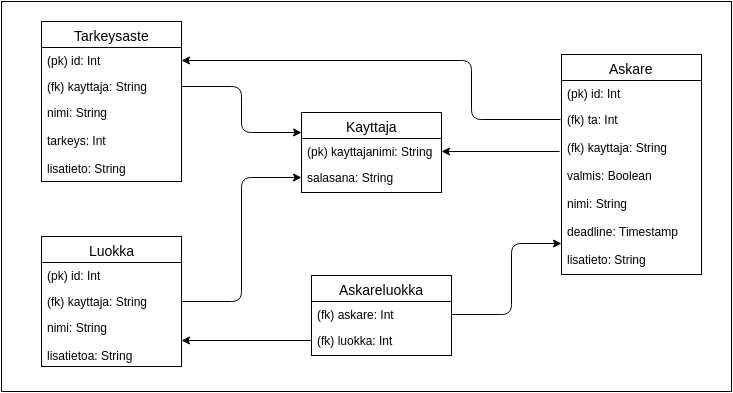
Before: doc/rtkk.png, a diagram exported from draw.io (jope25/Muistilista). Source tidied: cells renumbered, new cells last; positions are measured from the earlier drawing's top-left corner, leaving out a move shared by most shapes.
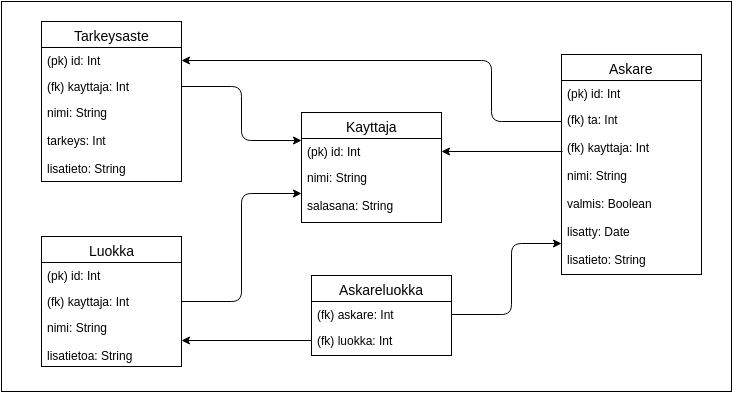
The same diagram one commit later.

What changed in the source:
```diff
@@ -3,96 +3,98 @@
     <mxCell id="0" />
     <mxCell id="1" parent="0" />
     <mxCell id="2" style="whiteSpace=wrap;html=1;fontSize=14;" parent="1" vertex="1">
-      <mxGeometry width="730" height="390" as="geometry" />
+      <mxGeometry x="-10" y="-10" width="730" height="390" as="geometry" />
     </mxCell>
+    <mxCell id="26" value="Kayttaja" style="swimlane;html=1;fontStyle=0;horizontal=1;startSize=26;fillColor=none;swimlaneFillColor=#ffffff;fontSize=14;" parent="1" vertex="1">
+      <mxGeometry x="290" y="101" width="140" height="110" as="geometry" />
+    </mxCell>
-    <mxCell id="3" value="Kayttaja" style="swimlane;html=1;fontStyle=0;horizontal=1;startSize=26;fillColor=none;swimlaneFillColor=#ffffff;fontSize=14;" parent="1" vertex="1">
-      <mxGeometry x="300" y="111" width="140" height="80" as="geometry" />
+    <mxCell id="3" value="(pk) id: Int" style="text;html=1;strokeColor=none;fillColor=none;align=left;verticalAlign=top;spacingLeft=4;spacingRight=4;whiteSpace=wrap;overflow=hidden;points=[[0,0.5],[1,0.5]];portConstraint=eastwest;" parent="26" vertex="1">
+      <mxGeometry y="26" width="140" height="26" as="geometry" />
     </mxCell>
-    <mxCell id="4" value="(pk) kayttajanimi: String" style="text;html=1;strokeColor=none;fillColor=none;align=left;verticalAlign=top;spacingLeft=4;spacingRight=4;whiteSpace=wrap;overflow=hidden;points=[[0,0.5],[1,0.5]];portConstraint=eastwest;" parent="3" vertex="1">
-      <mxGeometry y="26" width="140" height="26" as="geometry" />
+    <mxCell id="4" value="&lt;div&gt;nimi: String&lt;/div&gt;&lt;div&gt;&lt;br&gt;&lt;/div&gt;salasana: String" style="text;html=1;strokeColor=none;fillColor=none;align=left;verticalAlign=top;spacingLeft=4;spacingRight=4;whiteSpace=wrap;overflow=hidden;points=[[0,0.5],[1,0.5]];portConstraint=eastwest;" parent="26" vertex="1">
+      <mxGeometry y="52" width="140" height="58" as="geometry" />
     </mxCell>
-    <mxCell id="5" value="salasana: String" style="text;html=1;strokeColor=none;fillColor=none;align=left;verticalAlign=top;spacingLeft=4;spacingRight=4;whiteSpace=wrap;overflow=hidden;points=[[0,0.5],[1,0.5]];portConstraint=eastwest;" parent="3" vertex="1">
-      <mxGeometry y="52" width="140" height="26" as="geometry" />
+    <mxCell id="5" value="Askare" style="swimlane;html=1;fontStyle=0;horizontal=1;startSize=26;fillColor=none;swimlaneFillColor=#ffffff;fontSize=14;" parent="1" vertex="1">
+      <mxGeometry x="550" y="43" width="140" height="220" as="geometry" />
     </mxCell>
+    <mxCell id="27" value="(pk) id: Int" style="text;html=1;strokeColor=none;fillColor=none;align=left;verticalAlign=top;spacingLeft=4;spacingRight=4;whiteSpace=wrap;overflow=hidden;" parent="5" vertex="1">
+      <mxGeometry y="26" width="140" height="26" as="geometry" />
+    </mxCell>
-    <mxCell id="6" value="Askare" style="swimlane;html=1;fontStyle=0;horizontal=1;startSize=26;fillColor=none;swimlaneFillColor=#ffffff;fontSize=14;" parent="1" vertex="1">
-      <mxGeometry x="560" y="53" width="140" height="220" as="geometry" />
+    <mxCell id="6" value="(fk) ta: Int&lt;div&gt;&lt;br&gt;&lt;/div&gt;&lt;div&gt;(fk) kayttaja: Int&lt;/div&gt;&lt;div&gt;&lt;br&gt;&lt;/div&gt;&lt;div&gt;nimi: String&lt;/div&gt;&lt;div&gt;&lt;br&gt;&lt;/div&gt;&lt;div&gt;valmis: Boolean&lt;/div&gt;&lt;div&gt;&lt;br&gt;&lt;/div&gt;&lt;div&gt;lisatty: Date&lt;/div&gt;&lt;div&gt;&lt;br&gt;&lt;/div&gt;&lt;div&gt;lisatieto: String&lt;/div&gt;" style="text;html=1;strokeColor=none;fillColor=none;align=left;verticalAlign=top;spacingLeft=4;spacingRight=4;whiteSpace=wrap;overflow=hidden;points=[[0,0.5],[1,0.5]];portConstraint=eastwest;" parent="5" vertex="1">
+      <mxGeometry y="52" width="140" height="168" as="geometry" />
     </mxCell>
-    <mxCell id="7" value="(pk) id: Int" style="text;html=1;strokeColor=none;fillColor=none;align=left;verticalAlign=top;spacingLeft=4;spacingRight=4;whiteSpace=wrap;overflow=hidden;" parent="6" vertex="1">
-      <mxGeometry y="26" width="140" height="26" as="geometry" />
+    <mxCell id="7" value="Luokka" style="swimlane;html=1;fontStyle=0;horizontal=1;startSize=26;fillColor=none;swimlaneFillColor=#ffffff;fontSize=14;" parent="1" vertex="1">
+      <mxGeometry x="30" y="225" width="140" height="130" as="geometry" />
     </mxCell>
+    <mxCell id="28" value="(pk) id: Int" style="text;html=1;strokeColor=none;fillColor=none;align=left;verticalAlign=top;spacingLeft=4;spacingRight=4;whiteSpace=wrap;overflow=hidden;" parent="7" vertex="1">
+      <mxGeometry y="26" width="140" height="26" as="geometry" />
+    </mxCell>
-    <mxCell id="8" value="(fk) ta: Int&lt;div&gt;&lt;br&gt;&lt;/div&gt;&lt;div&gt;(fk) kayttaja: String&lt;/div&gt;&lt;div&gt;&lt;br&gt;&lt;/div&gt;&lt;div&gt;valmis: Boolean&lt;/div&gt;&lt;div&gt;&lt;br&gt;&lt;/div&gt;&lt;div&gt;nimi: String&lt;/div&gt;&lt;div&gt;&lt;br&gt;&lt;/div&gt;&lt;div&gt;deadline: Timestamp&lt;/div&gt;&lt;div&gt;&lt;br&gt;&lt;/div&gt;&lt;div&gt;lisatieto: String&lt;/div&gt;" style="text;html=1;strokeColor=none;fillColor=none;align=left;verticalAlign=top;spacingLeft=4;spacingRight=4;whiteSpace=wrap;overflow=hidden;points=[[0,0.5],[1,0.5]];portConstraint=eastwest;" parent="6" vertex="1">
-      <mxGeometry y="52" width="140" height="168" as="geometry" />
+    <mxCell id="8" value="(fk) kayttaja: Int" style="text;html=1;strokeColor=none;fillColor=none;align=left;verticalAlign=top;spacingLeft=4;spacingRight=4;whiteSpace=wrap;overflow=hidden;points=[[0,0.5],[1,0.5]];portConstraint=eastwest;" parent="7" vertex="1">
+      <mxGeometry y="52" width="140" height="26" as="geometry" />
     </mxCell>
-    <mxCell id="9" value="Luokka" style="swimlane;html=1;fontStyle=0;horizontal=1;startSize=26;fillColor=none;swimlaneFillColor=#ffffff;fontSize=14;" parent="1" vertex="1">
-      <mxGeometry x="40" y="235" width="140" height="130" as="geometry" />
+    <mxCell id="9" value="nimi: String&lt;div&gt;&lt;br&gt;&lt;/div&gt;&lt;div&gt;lisatietoa: String&lt;/div&gt;" style="text;html=1;strokeColor=none;fillColor=none;align=left;verticalAlign=top;spacingLeft=4;spacingRight=4;whiteSpace=wrap;overflow=hidden;points=[[0,0.5],[1,0.5]];portConstraint=eastwest;" parent="7" vertex="1">
+      <mxGeometry y="78" width="140" height="52" as="geometry" />
     </mxCell>
-    <mxCell id="10" value="(pk) id: Int" style="text;html=1;strokeColor=none;fillColor=none;align=left;verticalAlign=top;spacingLeft=4;spacingRight=4;whiteSpace=wrap;overflow=hidden;" parent="9" vertex="1">
-      <mxGeometry y="26" width="140" height="26" as="geometry" />
+    <mxCell id="10" value="Askareluokka" style="swimlane;html=1;fontStyle=0;horizontal=1;startSize=26;fillColor=none;swimlaneFillColor=#ffffff;fontSize=14;" parent="1" vertex="1">
+      <mxGeometry x="300" y="264" width="140" height="80" as="geometry" />
     </mxCell>
-    <mxCell id="11" value="(fk) kayttaja: String" style="text;html=1;strokeColor=none;fillColor=none;align=left;verticalAlign=top;spacingLeft=4;spacingRight=4;whiteSpace=wrap;overflow=hidden;points=[[0,0.5],[1,0.5]];portConstraint=eastwest;" parent="9" vertex="1">
-      <mxGeometry y="52" width="140" height="26" as="geometry" />
+    <mxCell id="11" value="(fk) askare: Int" style="text;html=1;strokeColor=none;fillColor=none;align=left;verticalAlign=top;spacingLeft=4;spacingRight=4;whiteSpace=wrap;overflow=hidden;points=[[0,0.5],[1,0.5]];portConstraint=eastwest;" parent="10" vertex="1">
+      <mxGeometry y="26" width="140" height="26" as="geometry" />
     </mxCell>
-    <mxCell id="12" value="nimi: String&lt;div&gt;&lt;br&gt;&lt;/div&gt;&lt;div&gt;lisatietoa: String&lt;/div&gt;" style="text;html=1;strokeColor=none;fillColor=none;align=left;verticalAlign=top;spacingLeft=4;spacingRight=4;whiteSpace=wrap;overflow=hidden;points=[[0,0.5],[1,0.5]];portConstraint=eastwest;" parent="9" vertex="1">
-      <mxGeometry y="78" width="140" height="52" as="geometry" />
+    <mxCell id="12" value="(fk) luokka: Int" style="text;html=1;strokeColor=none;fillColor=none;align=left;verticalAlign=top;spacingLeft=4;spacingRight=4;whiteSpace=wrap;overflow=hidden;points=[[0,0.5],[1,0.5]];portConstraint=eastwest;" parent="10" vertex="1">
+      <mxGeometry y="52" width="140" height="26" as="geometry" />
     </mxCell>
-    <mxCell id="13" value="Askareluokka" style="swimlane;html=1;fontStyle=0;horizontal=1;startSize=26;fillColor=none;swimlaneFillColor=#ffffff;fontSize=14;" parent="1" vertex="1">
-      <mxGeometry x="310" y="274" width="140" height="80" as="geometry" />
+    <mxCell id="13" value="Tarkeysaste" style="swimlane;html=1;fontStyle=0;horizontal=1;startSize=26;fillColor=none;swimlaneFillColor=#ffffff;fontSize=14;" parent="1" vertex="1">
+      <mxGeometry x="30" y="10" width="140" height="160" as="geometry" />
     </mxCell>
-    <mxCell id="14" value="(fk) askare: Int" style="text;html=1;strokeColor=none;fillColor=none;align=left;verticalAlign=top;spacingLeft=4;spacingRight=4;whiteSpace=wrap;overflow=hidden;points=[[0,0.5],[1,0.5]];portConstraint=eastwest;" parent="13" vertex="1">
+    <mxCell id="14" value="(pk) id: Int" style="text;html=1;strokeColor=none;fillColor=none;align=left;verticalAlign=top;spacingLeft=4;spacingRight=4;whiteSpace=wrap;overflow=hidden;points=[[0,0.5],[1,0.5]];portConstraint=eastwest;" parent="13" vertex="1">
       <mxGeometry y="26" width="140" height="26" as="geometry" />
     </mxCell>
-    <mxCell id="15" value="(fk) luokka: Int" style="text;html=1;strokeColor=none;fillColor=none;align=left;verticalAlign=top;spacingLeft=4;spacingRight=4;whiteSpace=wrap;overflow=hidden;points=[[0,0.5],[1,0.5]];portConstraint=eastwest;" parent="13" vertex="1">
+    <mxCell id="15" value="(fk) kayttaja: Int" style="text;html=1;strokeColor=none;fillColor=none;align=left;verticalAlign=top;spacingLeft=4;spacingRight=4;whiteSpace=wrap;overflow=hidden;points=[[0,0.5],[1,0.5]];portConstraint=eastwest;" parent="13" vertex="1">
       <mxGeometry y="52" width="140" height="26" as="geometry" />
     </mxCell>
+    <mxCell id="29" value="nimi: String&lt;div&gt;&lt;br&gt;&lt;/div&gt;&lt;div&gt;tarkeys: Int&lt;/div&gt;&lt;div&gt;&lt;br&gt;&lt;/div&gt;&lt;div&gt;lisatieto: String&lt;/div&gt;" style="text;html=1;strokeColor=none;fillColor=none;align=left;verticalAlign=top;spacingLeft=4;spacingRight=4;whiteSpace=wrap;overflow=hidden;" parent="13" vertex="1">
+      <mxGeometry y="78" width="140" height="82" as="geometry" />
+    </mxCell>
-    <mxCell id="16" value="Tarkeysaste" style="swimlane;html=1;fontStyle=0;horizontal=1;startSize=26;fillColor=none;swimlaneFillColor=#ffffff;fontSize=14;" parent="1" vertex="1">
-      <mxGeometry x="40" y="20" width="140" height="160" as="geometry" />
+    <mxCell id="16" style="endArrow=classic;html=1;fontSize=14;edgeStyle=orthogonalEdgeStyle;entryX=0;entryY=0.25;exitX=1;exitY=0.5;" parent="1" edge="1" source="15" target="26">
+      <mxGeometry relative="1" as="geometry">
+        <Array as="points">
+          <mxPoint x="230" y="75" />
+          <mxPoint x="230" y="129" />
+        </Array>
+      </mxGeometry>
     </mxCell>
-    <mxCell id="17" value="(pk) id: Int" style="text;html=1;strokeColor=none;fillColor=none;align=left;verticalAlign=top;spacingLeft=4;spacingRight=4;whiteSpace=wrap;overflow=hidden;points=[[0,0.5],[1,0.5]];portConstraint=eastwest;" parent="16" vertex="1">
-      <mxGeometry y="26" width="140" height="26" as="geometry" />
+    <mxCell id="17" style="endArrow=classic;html=1;fontSize=14;edgeStyle=orthogonalEdgeStyle;exitX=1;exitY=0.5;entryX=0;entryY=0.5;" parent="1" edge="1" source="8" target="4">
+      <mxGeometry relative="1" as="geometry">
+        <Array as="points">
+          <mxPoint x="230" y="290" />
+          <mxPoint x="230" y="182" />
+        </Array>
+      </mxGeometry>
     </mxCell>
-    <mxCell id="18" value="(fk) kayttaja: String" style="text;html=1;strokeColor=none;fillColor=none;align=left;verticalAlign=top;spacingLeft=4;spacingRight=4;whiteSpace=wrap;overflow=hidden;points=[[0,0.5],[1,0.5]];portConstraint=eastwest;" parent="16" vertex="1">
-      <mxGeometry y="52" width="140" height="26" as="geometry" />
+    <mxCell id="18" style="endArrow=classic;html=1;fontSize=14;" parent="1" edge="1" source="12" target="9">
+      <mxGeometry relative="1" as="geometry" />
     </mxCell>
-    <mxCell id="19" value="nimi: String&lt;div&gt;&lt;br&gt;&lt;/div&gt;&lt;div&gt;tarkeys: Int&lt;/div&gt;&lt;div&gt;&lt;br&gt;&lt;/div&gt;&lt;div&gt;lisatieto: String&lt;/div&gt;" style="text;html=1;strokeColor=none;fillColor=none;align=left;verticalAlign=top;spacingLeft=4;spacingRight=4;whiteSpace=wrap;overflow=hidden;" parent="16" vertex="1">
-      <mxGeometry y="78" width="140" height="82" as="geometry" />
+    <mxCell id="19" style="endArrow=classic;html=1;fontSize=14;edgeStyle=orthogonalEdgeStyle;entryX=0;entryY=0.815;entryPerimeter=0;exitX=1;exitY=0.5;" parent="1" edge="1" source="11" target="6">
+      <mxGeometry relative="1" as="geometry">
+        <Array as="points">
+          <mxPoint x="500" y="303" />
+          <mxPoint x="500" y="232" />
+        </Array>
+      </mxGeometry>
     </mxCell>
-    <mxCell id="20" style="endArrow=classic;html=1;fontSize=14;edgeStyle=orthogonalEdgeStyle;entryX=0;entryY=0.25;exitX=1;exitY=0.5;" parent="1" edge="1" source="18" target="3">
-      <mxGeometry relative="1" as="geometry">
-        <Array as="points">
-          <mxPoint x="240" y="85" />
-          <mxPoint x="240" y="131" />
-        </Array>
-      </mxGeometry>
-    </mxCell>
-    <mxCell id="21" style="endArrow=classic;html=1;fontSize=14;edgeStyle=orthogonalEdgeStyle;exitX=1;exitY=0.5;entryX=0;entryY=0.5;" parent="1" edge="1" source="11" target="5">
-      <mxGeometry relative="1" as="geometry">
-        <Array as="points">
-          <mxPoint x="240" y="300" />
-          <mxPoint x="240" y="176" />
-        </Array>
-      </mxGeometry>
-    </mxCell>
-    <mxCell id="22" style="endArrow=classic;html=1;fontSize=14;" parent="1" edge="1" source="15" target="12">
-      <mxGeometry relative="1" as="geometry" />
-    </mxCell>
-    <mxCell id="23" style="endArrow=classic;html=1;fontSize=14;edgeStyle=orthogonalEdgeStyle;entryX=0;entryY=0.815;entryPerimeter=0;exitX=1;exitY=0.5;" parent="1" edge="1" source="14" target="8">
-      <mxGeometry relative="1" as="geometry">
-        <Array as="points">
-          <mxPoint x="510" y="313" />
-          <mxPoint x="510" y="242" />
-        </Array>
-      </mxGeometry>
-    </mxCell>
-    <mxCell id="24" style="endArrow=classic;html=1;fontSize=14;entryX=1;entryY=0.5;exitX=-0.014;exitY=0.268;exitPerimeter=0;" parent="1" edge="1" source="8" target="4">
-      <mxGeometry relative="1" as="geometry" />
-    </mxCell>
-    <mxCell id="25" style="endArrow=classic;html=1;fontSize=14;exitX=-0.007;exitY=0.077;exitPerimeter=0;entryX=1;entryY=0.5;edgeStyle=orthogonalEdgeStyle;" parent="1" edge="1" source="8" target="17">
-      <mxGeometry relative="1" as="geometry">
-        <Array as="points">
-          <mxPoint x="470" y="118" />
-          <mxPoint x="470" y="59" />
-        </Array>
-      </mxGeometry>
-    </mxCell>
+    <mxCell id="30" style="endArrow=classic;html=1;fontSize=14;entryX=1;entryY=0.5;" parent="1" edge="1" target="3">
+      <mxGeometry relative="1" as="geometry">
+        <mxPoint x="551" y="140" as="sourcePoint" />
+      </mxGeometry>
+    </mxCell>
+    <mxCell id="31" style="endArrow=classic;html=1;fontSize=14;edgeStyle=orthogonalEdgeStyle;entryX=1;entryY=0.5;" parent="1" edge="1" source="6" target="14">
+      <mxGeometry relative="1" as="geometry">
+        <Array as="points">
+          <mxPoint x="480" y="110" />
+          <mxPoint x="480" y="49" />
+        </Array>
+      </mxGeometry>
+    </mxCell>
   </root>
 </mxGraphModel>
```
